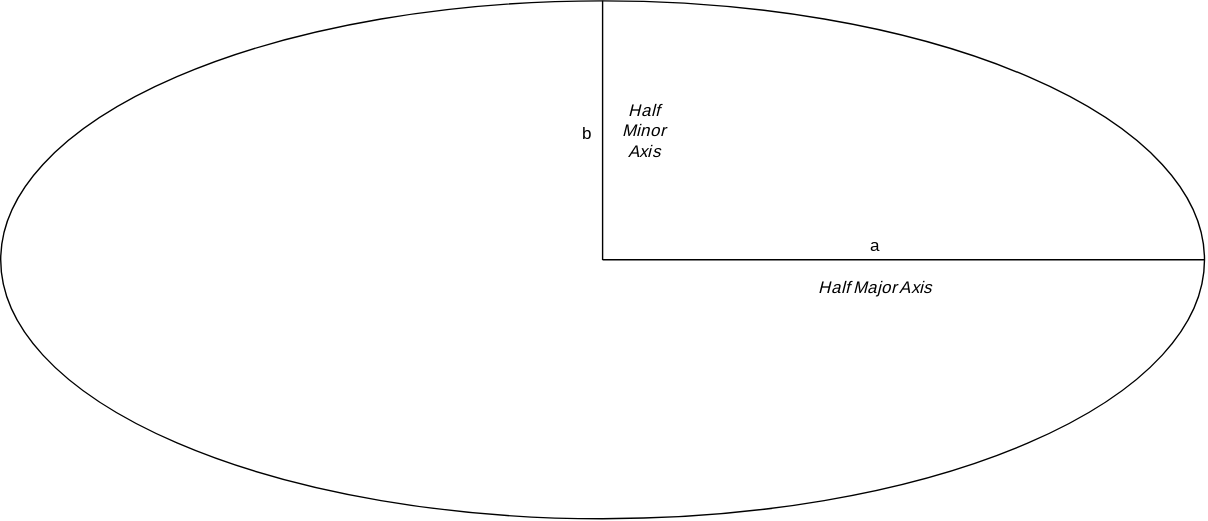
This is figures/technicalAnalysis/expectedTrash/ellipse.svg from Mikkelnn/ESD7-Project, a draw.io export, as it was before one commit. Source tidied: cells renumbered, new cells last; positions are measured from the earlier drawing's top-left corner, leaving out a move shared by most shapes.
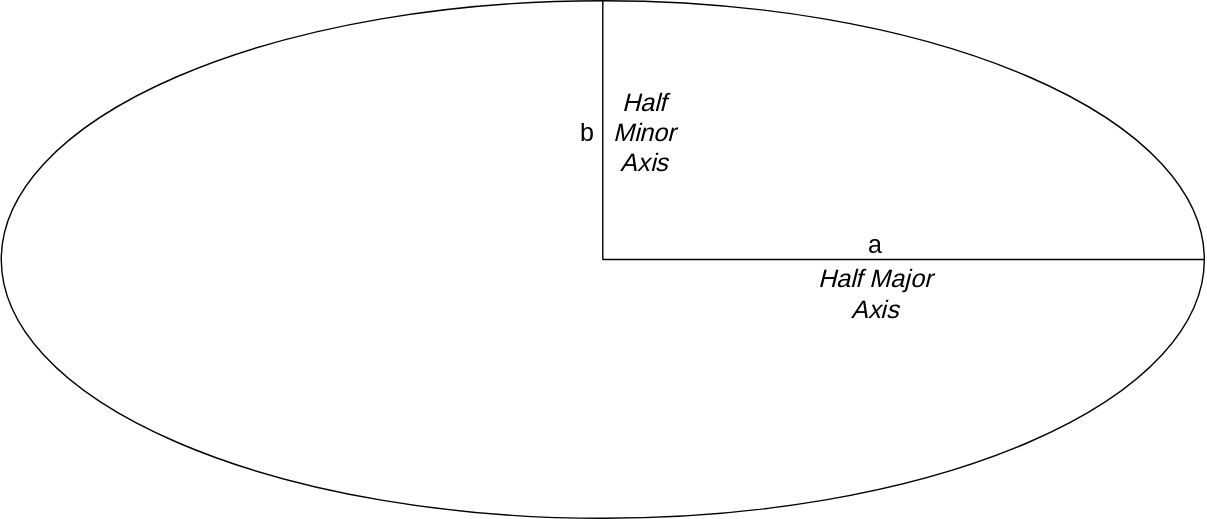
Later version of the same file.

Diff of the diagram source:
```diff
@@ -2,30 +2,30 @@
   <root>
     <mxCell id="0" />
     <mxCell id="1" parent="0" />
-    <mxCell id="2" style="ellipse;whiteSpace=wrap;html=1;fontFamily=modern;fontSource=https%3A%2F%2Fsourceforge.net%2Fprojects%2Fcm-unicode%2F;" parent="1" vertex="1">
+    <mxCell id="2" style="ellipse;whiteSpace=wrap;html=1;fontFamily=modern;fontSource=https%3A%2F%2Fsourceforge.net%2Fprojects%2Fcm-unicode%2F;fontSize=18;" parent="1" vertex="1">
       <mxGeometry width="860" height="370" as="geometry" />
     </mxCell>
-    <mxCell id="3" style="endArrow=none;html=1;rounded=0;entryX=1;entryY=0.5;entryDx=0;entryDy=0;fontFamily=modern;fontSource=https%3A%2F%2Fsourceforge.net%2Fprojects%2Fcm-unicode%2F;" parent="1" edge="1" target="2">
+    <mxCell id="3" style="endArrow=none;html=1;rounded=0;entryX=1;entryY=0.5;entryDx=0;entryDy=0;fontFamily=modern;fontSource=https%3A%2F%2Fsourceforge.net%2Fprojects%2Fcm-unicode%2F;fontSize=18;" parent="1" edge="1" target="2">
       <mxGeometry relative="1" as="geometry">
         <mxPoint x="430" y="185" as="sourcePoint" />
       </mxGeometry>
     </mxCell>
-    <mxCell id="4" style="endArrow=none;html=1;rounded=0;entryX=0.5;entryY=0;entryDx=0;entryDy=0;exitX=0.5;exitY=0.514;exitDx=0;exitDy=0;exitPerimeter=0;fontFamily=modern;fontSource=https%3A%2F%2Fsourceforge.net%2Fprojects%2Fcm-unicode%2F;" parent="1" edge="1" target="2">
+    <mxCell id="4" style="endArrow=none;html=1;rounded=0;entryX=0.5;entryY=0;entryDx=0;entryDy=0;exitX=0.5;exitY=0.514;exitDx=0;exitDy=0;exitPerimeter=0;fontFamily=modern;fontSource=https%3A%2F%2Fsourceforge.net%2Fprojects%2Fcm-unicode%2F;fontSize=18;" parent="1" edge="1" target="2">
       <mxGeometry relative="1" as="geometry">
         <mxPoint x="430" y="185.2" as="sourcePoint" />
       </mxGeometry>
     </mxCell>
-    <mxCell id="5" value="a" style="text;html=1;whiteSpace=wrap;strokeColor=none;fillColor=none;align=center;verticalAlign=middle;rounded=0;fontFamily=modern;fontSource=https%3A%2F%2Fsourceforge.net%2Fprojects%2Fcm-unicode%2F;" parent="1" vertex="1">
+    <mxCell id="5" value="a" style="text;html=1;whiteSpace=wrap;strokeColor=none;fillColor=none;align=center;verticalAlign=middle;rounded=0;fontFamily=modern;fontSource=https%3A%2F%2Fsourceforge.net%2Fprojects%2Fcm-unicode%2F;fontSize=18;" parent="1" vertex="1">
       <mxGeometry x="595" y="160" width="60" height="30" as="geometry" />
     </mxCell>
-    <mxCell id="6" value="b" style="text;html=1;whiteSpace=wrap;strokeColor=none;fillColor=none;align=center;verticalAlign=middle;rounded=0;fontFamily=modern;fontSource=https%3A%2F%2Fsourceforge.net%2Fprojects%2Fcm-unicode%2F;" parent="1" vertex="1">
+    <mxCell id="6" value="b" style="text;html=1;whiteSpace=wrap;strokeColor=none;fillColor=none;align=center;verticalAlign=middle;rounded=0;fontFamily=modern;fontSource=https%3A%2F%2Fsourceforge.net%2Fprojects%2Fcm-unicode%2F;fontSize=18;" parent="1" vertex="1">
       <mxGeometry x="389" y="80" width="60" height="30" as="geometry" />
     </mxCell>
-    <mxCell id="7" value="&lt;i&gt;Half Major Axis&lt;/i&gt;" style="text;html=1;whiteSpace=wrap;strokeColor=none;fillColor=none;align=center;verticalAlign=middle;rounded=0;fontFamily=modern;fontSource=https%3A%2F%2Fsourceforge.net%2Fprojects%2Fcm-unicode%2F;" parent="1" vertex="1">
-      <mxGeometry x="575" y="190" width="100" height="30" as="geometry" />
+    <mxCell id="7" value="&lt;i&gt;Half Major Axis&lt;/i&gt;" style="text;html=1;whiteSpace=wrap;strokeColor=none;fillColor=none;align=center;verticalAlign=middle;rounded=0;fontFamily=modern;fontSource=https%3A%2F%2Fsourceforge.net%2Fprojects%2Fcm-unicode%2F;fontSize=18;" parent="1" vertex="1">
+      <mxGeometry x="575" y="190" width="100" height="40" as="geometry" />
     </mxCell>
-    <mxCell id="8" value="&lt;i&gt;Half&lt;/i&gt;&lt;div&gt;&lt;i&gt;Minor&lt;/i&gt;&lt;/div&gt;&lt;div&gt;&lt;i&gt;Axis&lt;/i&gt;&lt;/div&gt;" style="text;html=1;whiteSpace=wrap;strokeColor=none;fillColor=none;align=center;verticalAlign=middle;rounded=0;fontFamily=modern;fontSource=https%3A%2F%2Fsourceforge.net%2Fprojects%2Fcm-unicode%2F;" parent="1" vertex="1">
-      <mxGeometry x="430" y="68" width="60" height="50" as="geometry" />
+    <mxCell id="8" value="&lt;i&gt;Half&lt;/i&gt;&lt;div&gt;&lt;i&gt;Minor&lt;/i&gt;&lt;/div&gt;&lt;div&gt;&lt;i&gt;Axis&lt;/i&gt;&lt;/div&gt;" style="text;html=1;whiteSpace=wrap;strokeColor=none;fillColor=none;align=center;verticalAlign=middle;rounded=0;fontFamily=modern;fontSource=https%3A%2F%2Fsourceforge.net%2Fprojects%2Fcm-unicode%2F;fontSize=18;" parent="1" vertex="1">
+      <mxGeometry x="430" y="61" width="60" height="68" as="geometry" />
     </mxCell>
   </root>
 </mxGraphModel>
```
